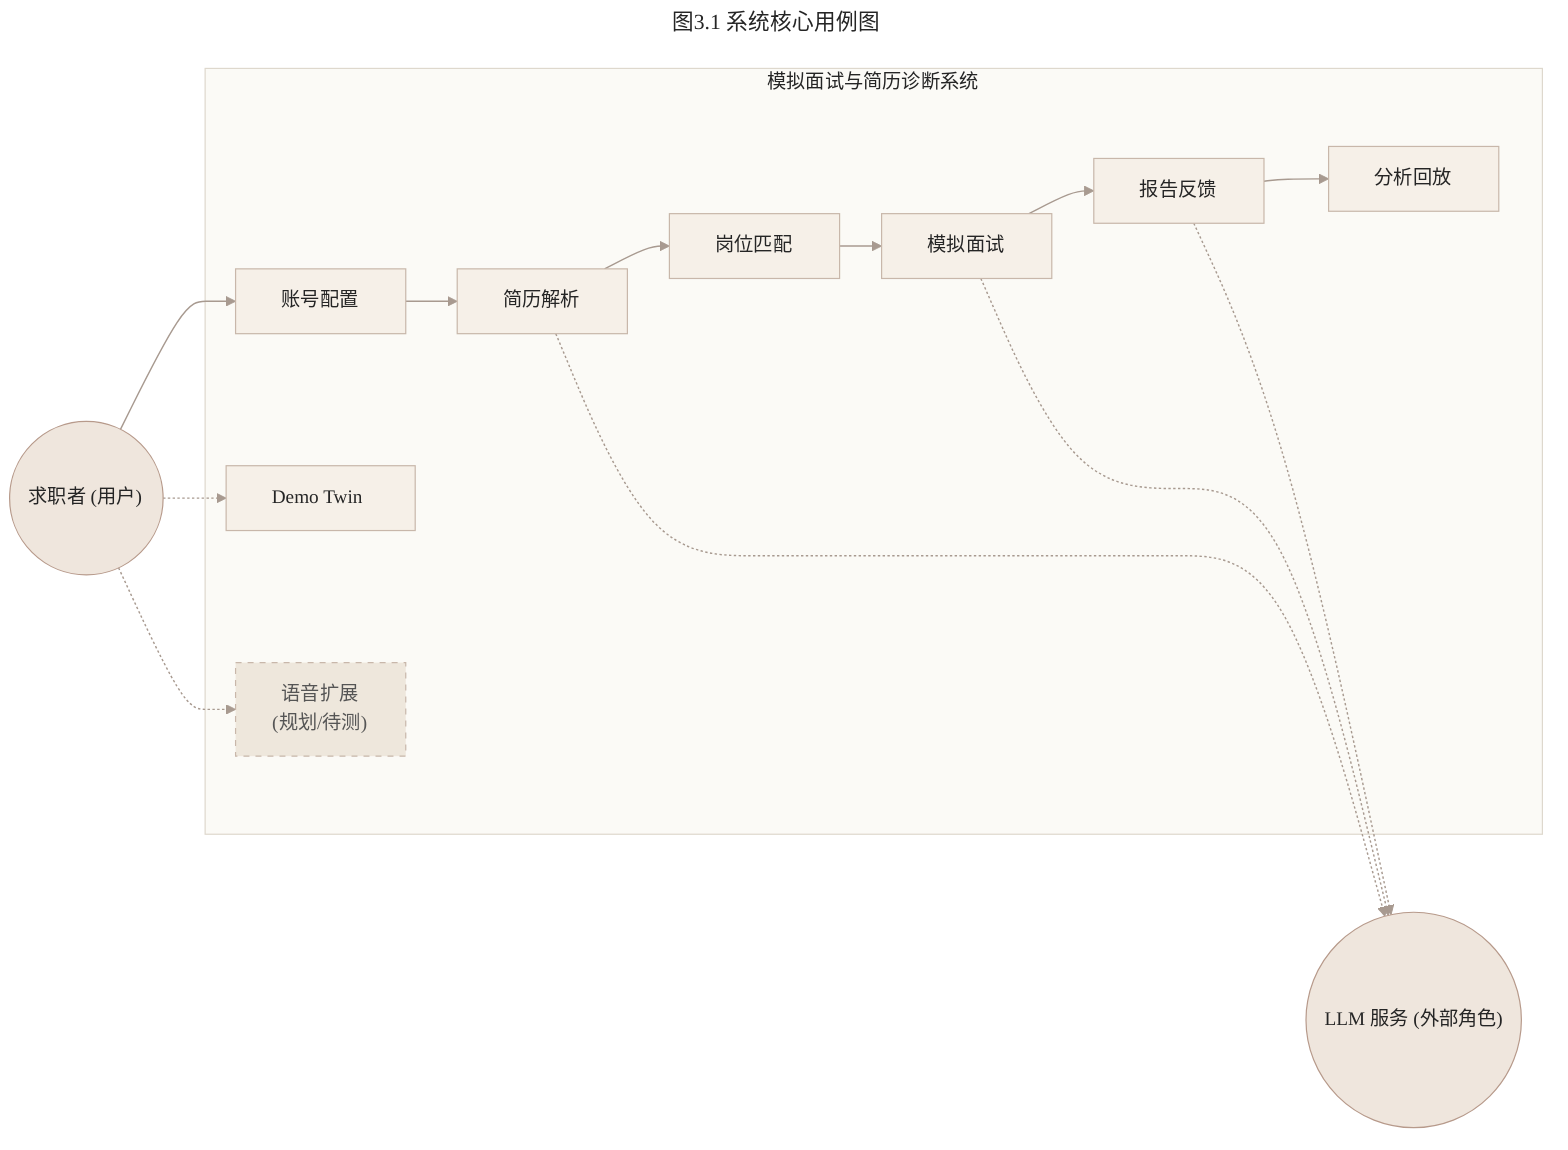
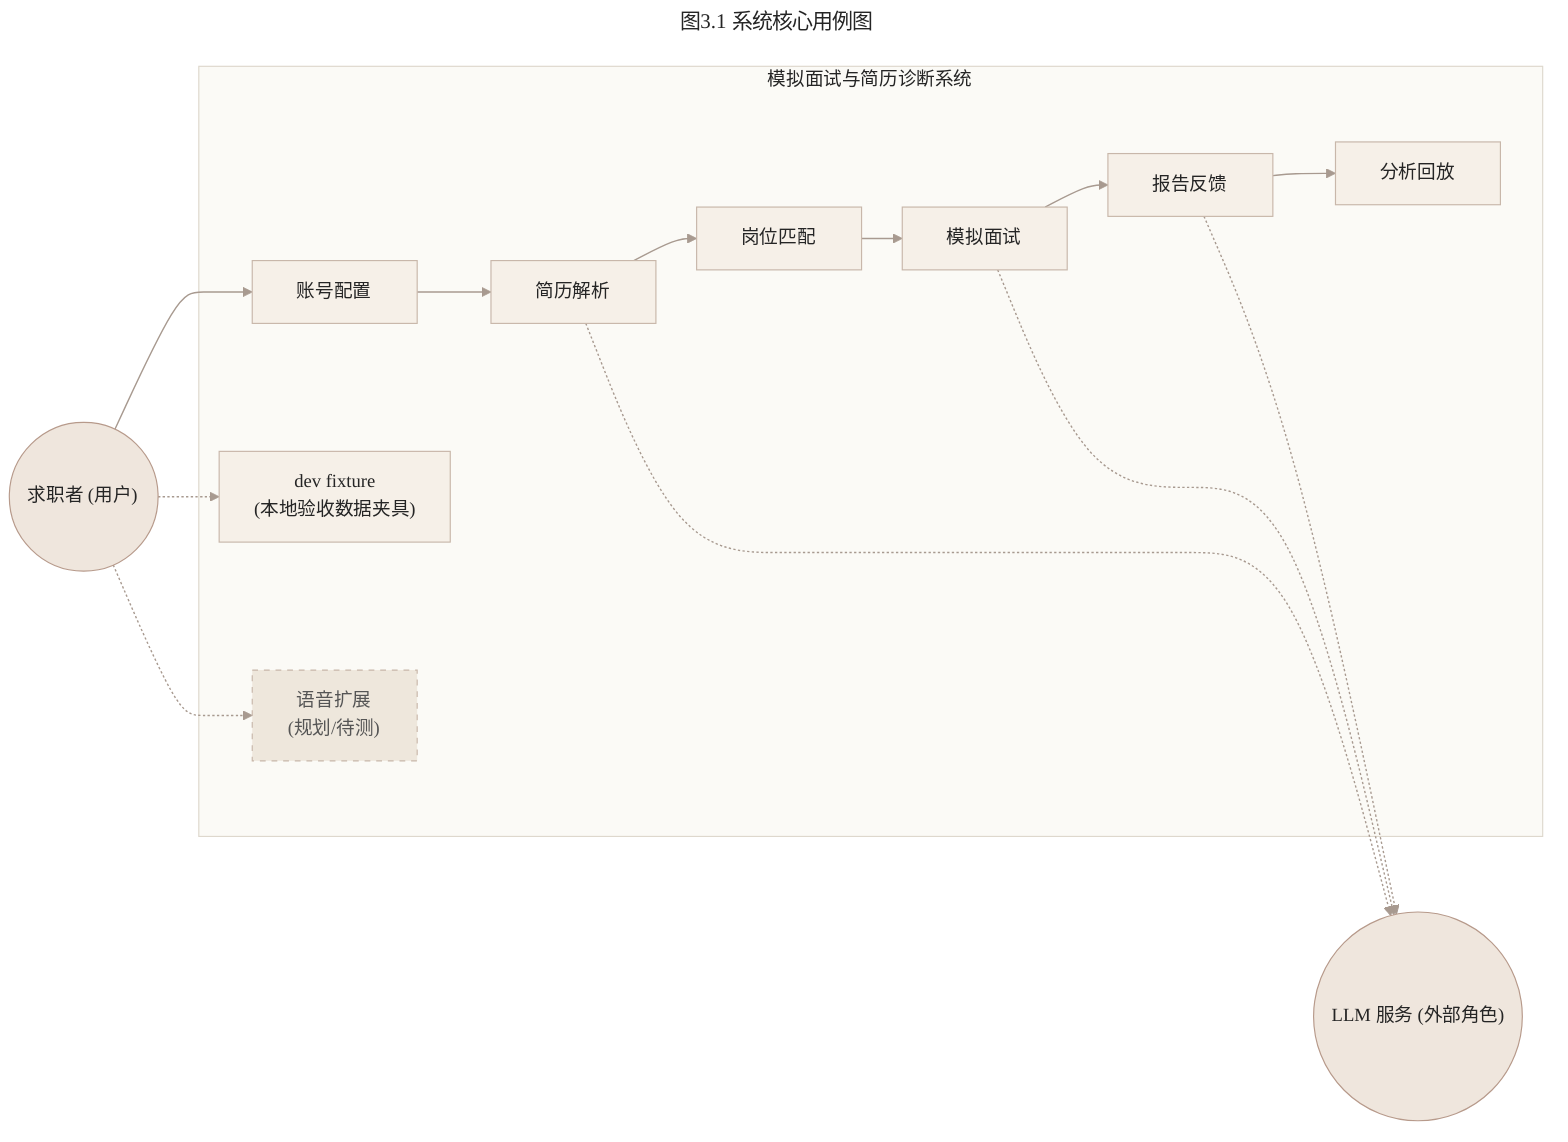
---
title: 图3.1 系统核心用例图
---
%%{init: {
  "theme": "base",
  "themeVariables": {
    "background": "#FAF8F2",
    "primaryColor": "#EFE6DD",
    "primaryBorderColor": "#B79A8B",
    "primaryTextColor": "#252525",
    "lineColor": "#A89A90",
    "secondaryColor": "#F6F0E8",
    "tertiaryColor": "#FBFAF6",
    "fontFamily": "system-ui, -apple-system, \"Microsoft YaHei\", sans-serif",
    "fontSize": "16px",
    "nodePadding": "15px"
  },
  "flowchart": {
    "nodeSpacing": 110,
    "rankSpacing": 35
  }
}}%%
flowchart LR
  user((" &nbsp; 求职者 (用户) &nbsp; "))
  llm_service((" &nbsp; LLM 服务 (外部角色) &nbsp; "))

  subgraph system_boundary[" &nbsp; 模拟面试与简历诊断系统 &nbsp; "]
    login_profile[" &nbsp; 账号配置 &nbsp; "]
    resume_parse[" &nbsp; 简历解析 &nbsp; "]
    job_match[" &nbsp; 岗位匹配 &nbsp; "]
    mock_interview[" &nbsp; 模拟面试 &nbsp; "]
    report_feedback[" &nbsp; 报告反馈 &nbsp; "]
    analytics_history[" &nbsp; 分析回放 &nbsp; "]

-     demo_twin[" &nbsp; Demo Twin &nbsp; "]
+     dev_fixture[" &nbsp; dev fixture &nbsp; <br/>(本地验收数据夹具) "]
    voice_extension[" &nbsp; 语音扩展 &nbsp; <br/>(规划/待测) "]

    login_profile --> resume_parse --> job_match --> mock_interview --> report_feedback --> analytics_history
  end

  user --> login_profile
-   user -.-> demo_twin
+   user -.-> dev_fixture
  user -.-> voice_extension

  resume_parse -.-> llm_service
  mock_interview -.-> llm_service
  report_feedback -.-> llm_service

  classDef actor fill:#EFE6DD,stroke:#B79A8B,color:#252525
  classDef layer fill:#FBFAF6,stroke:#DED8CD,color:#252525
  classDef node fill:#F6F0E8,stroke:#C8B7AA,color:#252525
  classDef plan fill:#EEE7DC,stroke:#C8B7AA,stroke-dasharray: 5 5,color:#555555
  class user,llm_service actor
  class system_boundary layer
-   class login_profile,resume_parse,job_match,mock_interview,report_feedback,analytics_history,demo_twin node
+   class login_profile,resume_parse,job_match,mock_interview,report_feedback,analytics_history,dev_fixture node
  class voice_extension plan
  linkStyle default stroke:#A89A90,stroke-width:1.2px
